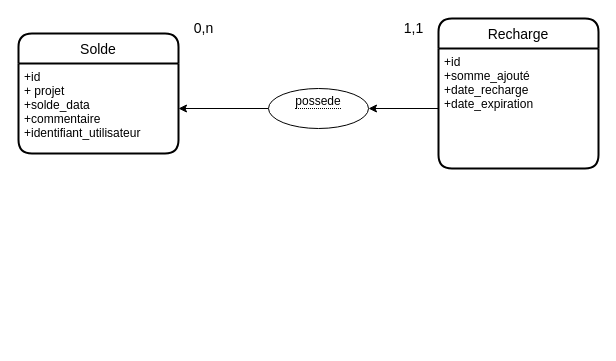
Earlier version of the draw.io diagram Untitled Diagram.drawio (BriceCG/MIGRATION_MIM). Source tidied: cells renumbered, new cells numbered last; positions are measured from the earlier drawing's top-left corner, leaving out a move shared by most shapes. Both pictures are drawn from the tidied source at 100%, with x=0, y=0 at pixel (18, 18).
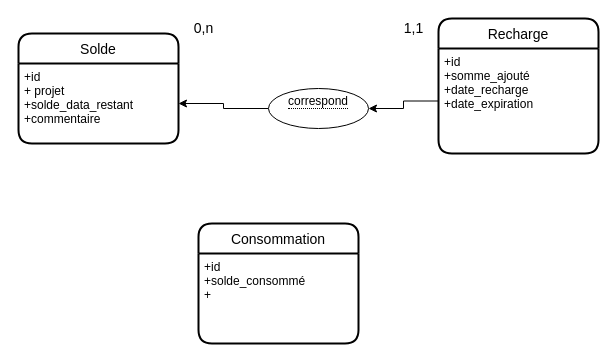
Above is the later version.

What changed in the source:
```diff
@@
 <mxGraphModel>
   <root>
     <mxCell id="0" />
     <mxCell id="1" parent="0" />
     <mxCell id="2" style="edgeStyle=orthogonalEdgeStyle;rounded=0;jettySize=auto;html=1;entryX=1;entryY=0.5;entryDx=0;entryDy=0;strokeColor=#000000;" parent="1" edge="1" source="3" target="5">
       <mxGeometry relative="1" as="geometry" />
     </mxCell>
-    <mxCell id="3" value="&lt;span style=&quot;border-bottom: 1px dotted&quot;&gt;possede&lt;br&gt;&lt;br&gt;&lt;/span&gt;" style="ellipse;whiteSpace=wrap;html=1;align=center;" parent="1" vertex="1">
+    <mxCell id="3" value="&lt;span style=&quot;border-bottom: 1px dotted&quot;&gt;correspond&lt;br&gt;&lt;br&gt;&lt;/span&gt;" style="ellipse;whiteSpace=wrap;html=1;align=center;" parent="1" vertex="1">
       <mxGeometry x="250" y="70" width="100" height="40" as="geometry" />
     </mxCell>
     <mxCell id="4" value="Solde" style="swimlane;horizontal=1;startSize=30;rounded=1;fontSize=14;fontStyle=0;strokeWidth=2;shadow=0;dashed=0;align=center;" parent="1" vertex="1">
-      <mxGeometry y="15" width="160" height="120" as="geometry" />
+      <mxGeometry y="15" width="160" height="110" as="geometry" />
     </mxCell>
-    <mxCell id="5" value="+id&#10;+ projet&#10;+solde_data&#10;+commentaire&#10;+identifiant_utilisateur" style="align=left;strokeColor=none;fillColor=none;spacingLeft=4;fontSize=12;verticalAlign=top;" parent="4" vertex="1">
-      <mxGeometry y="30" width="160" height="90" as="geometry" />
+    <mxCell id="5" value="+id&#10;+ projet&#10;+solde_data_restant&#10;+commentaire" style="align=left;strokeColor=none;fillColor=none;spacingLeft=4;fontSize=12;verticalAlign=top;" parent="4" vertex="1">
+      <mxGeometry y="30" width="160" height="80" as="geometry" />
     </mxCell>
     <mxCell id="6" value="Recharge" style="swimlane;horizontal=1;startSize=30;rounded=1;fontSize=14;fontStyle=0;strokeWidth=2;shadow=0;dashed=0;align=center;" parent="1" vertex="1">
-      <mxGeometry x="420" width="160" height="150" as="geometry" />
+      <mxGeometry x="420" width="160" height="135" as="geometry" />
     </mxCell>
     <mxCell id="7" value="+id&#10;+somme_ajouté&#10;+date_recharge&#10;+date_expiration&#10;" style="align=left;strokeColor=none;fillColor=none;spacingLeft=4;fontSize=12;verticalAlign=top;" parent="6" vertex="1">
-      <mxGeometry y="30" width="160" height="120" as="geometry" />
+      <mxGeometry y="30" width="160" height="105" as="geometry" />
     </mxCell>
     <mxCell id="8" value="&lt;font style=&quot;font-size: 14px&quot;&gt;1,1&lt;/font&gt;" style="text;html=1;align=center;verticalAlign=middle;" parent="1" vertex="1">
       <mxGeometry x="380" width="30" height="20" as="geometry" />
     </mxCell>
     <mxCell id="9" value="&lt;font style=&quot;font-size: 14px&quot;&gt;0,n&lt;/font&gt;" style="text;html=1;align=center;verticalAlign=middle;" parent="1" vertex="1">
       <mxGeometry x="170" width="30" height="20" as="geometry" />
     </mxCell>
     <mxCell id="10" style="edgeStyle=orthogonalEdgeStyle;rounded=0;jettySize=auto;html=1;entryX=1;entryY=0.5;entryDx=0;entryDy=0;strokeColor=#000000;" parent="1" edge="1" source="7" target="3">
       <mxGeometry relative="1" as="geometry" />
     </mxCell>
+    <mxCell id="11" value="Consommation" style="swimlane;horizontal=1;startSize=30;rounded=1;fontSize=14;fontStyle=0;strokeWidth=2;shadow=0;dashed=0;align=center;" parent="1" vertex="1">
+      <mxGeometry x="180" y="205" width="160" height="120" as="geometry" />
+    </mxCell>
+    <mxCell id="12" value="+id&#10;+solde_consommé&#10;+" style="align=left;strokeColor=none;fillColor=none;spacingLeft=4;fontSize=12;verticalAlign=top;" parent="11" vertex="1">
+      <mxGeometry y="30" width="160" height="90" as="geometry" />
+    </mxCell>
   </root>
 </mxGraphModel>
```
